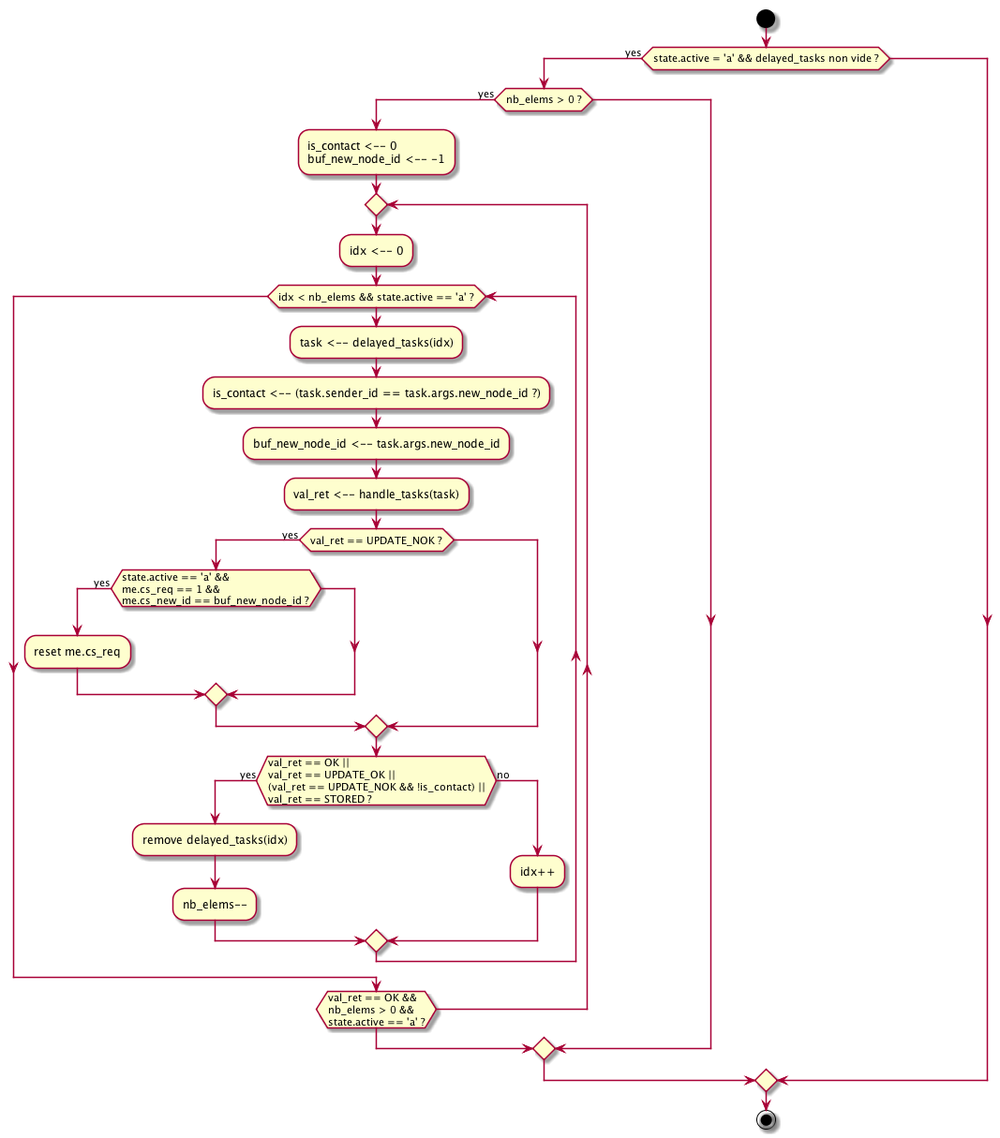
Earlier version of the PlantUML export doc/UML/Algo_run_delayed_tasks-2.png (tof25/DST). Its diagram source:
```plantuml
@startuml

start

if (state.active = 'a' && delayed_tasks non vide ?) then (yes)
    if (nb_elems > 0 ?) then (yes)
        :is_contact <-- 0\nbuf_new_node_id <-- -1;
        repeat
            :idx <-- 0;
            while (idx < nb_elems && state.active == 'a' ?)
                :task <-- delayed_tasks(idx);
                :is_contact <-- (task.sender_id == task.args.new_node_id ?);
                :buf_new_node_id <-- task.args.new_node_id;
                :val_ret <-- handle_tasks(task);
                if (val_ret == UPDATE_NOK ?) then (yes)
                    if (state.active == 'a' &&\nme.cs_req == 1 &&\nme.cs_new_id == buf_new_node_id ?) then (yes)
                        :reset me.cs_req;
                    endif
                endif
                if (val_ret == OK ||\nval_ret == UPDATE_OK ||\n(val_ret == UPDATE_NOK && !is_contact) ||\nval_ret == STORED ?) then (yes)
                    :remove delayed_tasks(idx);
                    :nb_elems--;
                else (no)
                    :idx++;
                endif
            endwhile
        repeatwhile (val_ret == OK &&\nnb_elems > 0 &&\nstate.active == 'a' ?)
    endif
endif

stop

@enduml
```
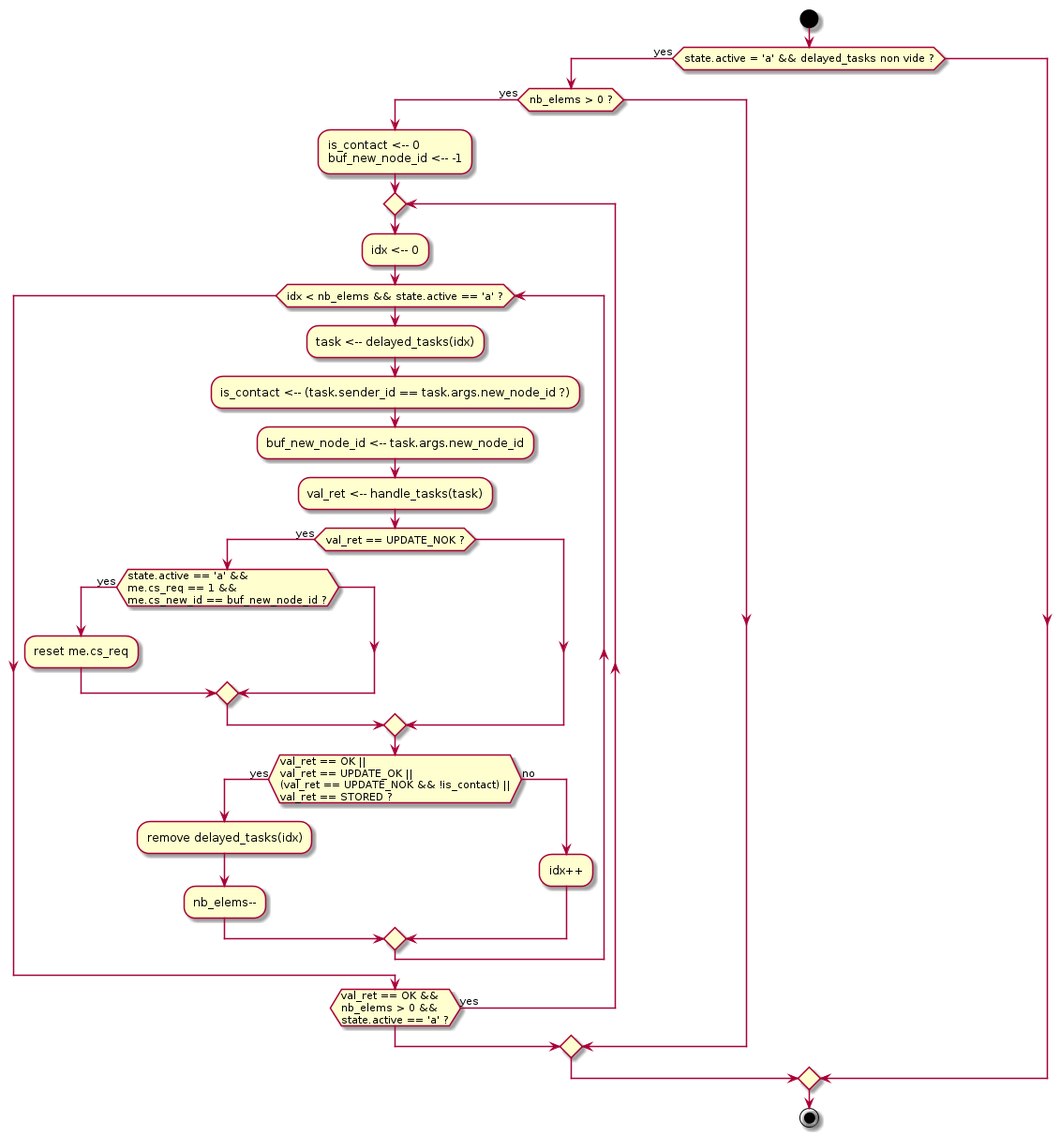
The same file after the commit.

Change to the diagram source:
```diff
@@ -24,7 +24,7 @@
                     :idx++;
                 endif
             endwhile
-        repeatwhile (val_ret == OK &&\nnb_elems > 0 &&\nstate.active == 'a' ?)
+        repeatwhile (val_ret == OK &&\nnb_elems > 0 &&\nstate.active == 'a' ?) is (yes)
     endif
 endif
 
```
